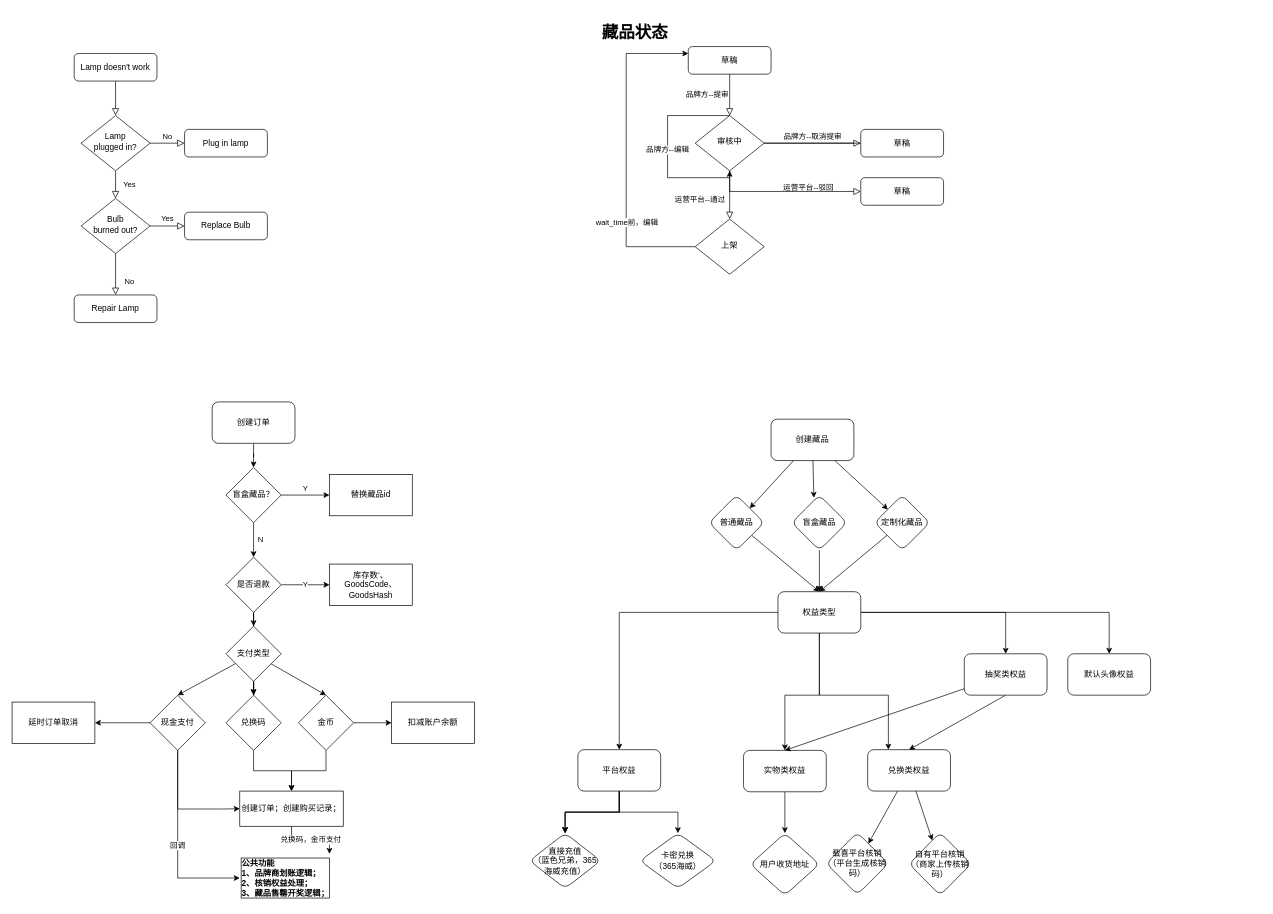
This is KW-载喜业务.drawio from lints123/draw_project, a draw.io file, before an edit. Source tidied: cells renumbered, new cells numbered last; positions are measured from the earlier drawing's top-left corner, leaving out a move shared by most shapes. Both pictures are drawn from the tidied source at 69%, with x=0, y=0 at pixel (12, 19).
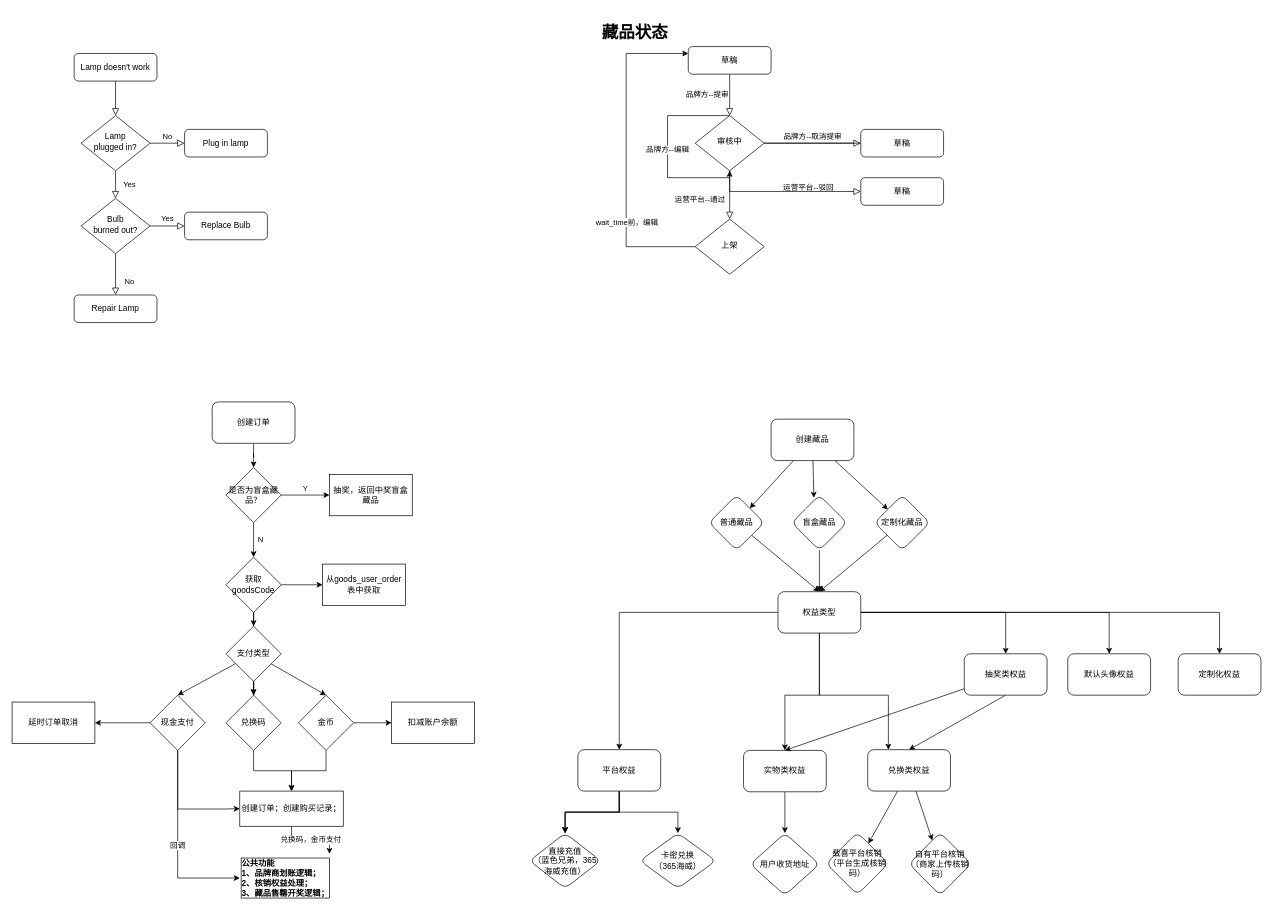
After the change.

Commit message:
更新KW-载喜业务.drawio

Unchanged cells that the change refers to:
```xml
<mxCell id="71" value="权益类型" style="whiteSpace=wrap;html=1;rounded=1;" parent="1" vertex="1">
  <mxGeometry x="1110" y="830" width="120" height="60" as="geometry" />
</mxCell>
```

Change to the diagram source:
```diff
@@
-    <mxCell id="29" value="盲盒藏品？" style="rhombus;whiteSpace=wrap;html=1;" parent="1" vertex="1">
+    <mxCell id="29" value="是否为盲盒藏品？" style="rhombus;whiteSpace=wrap;html=1;" parent="1" vertex="1">
       <mxGeometry x="310" y="650" width="80" height="80" as="geometry" />
     </mxCell>
@@
-    <mxCell id="32" value="Y" style="edgeStyle=orthogonalEdgeStyle;rounded=0;jettySize=auto;html=1;" parent="1" edge="1" source="34" target="36">
-      <mxGeometry relative="1" as="geometry" />
-    </mxCell>
@@
+    <mxCell id="91" style="edgeStyle=orthogonalEdgeStyle;rounded=0;jettySize=auto;html=1;" parent="1" edge="1" source="34" target="94">
+      <mxGeometry relative="1" as="geometry" />
+    </mxCell>
-    <mxCell id="34" value="是否退款" style="rhombus;whiteSpace=wrap;html=1;" parent="1" vertex="1">
+    <mxCell id="34" value="获取goodsCode" style="rhombus;whiteSpace=wrap;html=1;" parent="1" vertex="1">
       <mxGeometry x="310" y="780" width="80" height="80" as="geometry" />
     </mxCell>
-    <mxCell id="35" value="替换藏品id" style="whiteSpace=wrap;html=1;" parent="1" vertex="1">
+    <mxCell id="35" value="抽奖，返回中奖盲盒藏品" style="whiteSpace=wrap;html=1;" parent="1" vertex="1">
       <mxGeometry x="460" y="660" width="120" height="60" as="geometry" />
     </mxCell>
-    <mxCell id="36" value="库存数‘、GoodsCode、GoodsHash" style="whiteSpace=wrap;html=1;" parent="1" vertex="1">
-      <mxGeometry x="460" y="790" width="120" height="60" as="geometry" />
-    </mxCell>
@@
+    <mxCell id="92" style="edgeStyle=orthogonalEdgeStyle;rounded=0;jettySize=auto;html=1;entryX=0.5;entryY=0;entryDx=0;entryDy=0;" parent="1" edge="1" source="71" target="93">
+      <mxGeometry relative="1" as="geometry" />
+    </mxCell>
@@
+    <mxCell id="93" value="定制化权益" style="whiteSpace=wrap;html=1;rounded=1;" parent="1" vertex="1">
+      <mxGeometry x="1690" y="920" width="120" height="60" as="geometry" />
+    </mxCell>
+    <mxCell id="94" value="从goods_user_order表中获取" style="whiteSpace=wrap;html=1;" parent="1" vertex="1">
+      <mxGeometry x="450" y="790" width="120" height="60" as="geometry" />
+    </mxCell>
```
